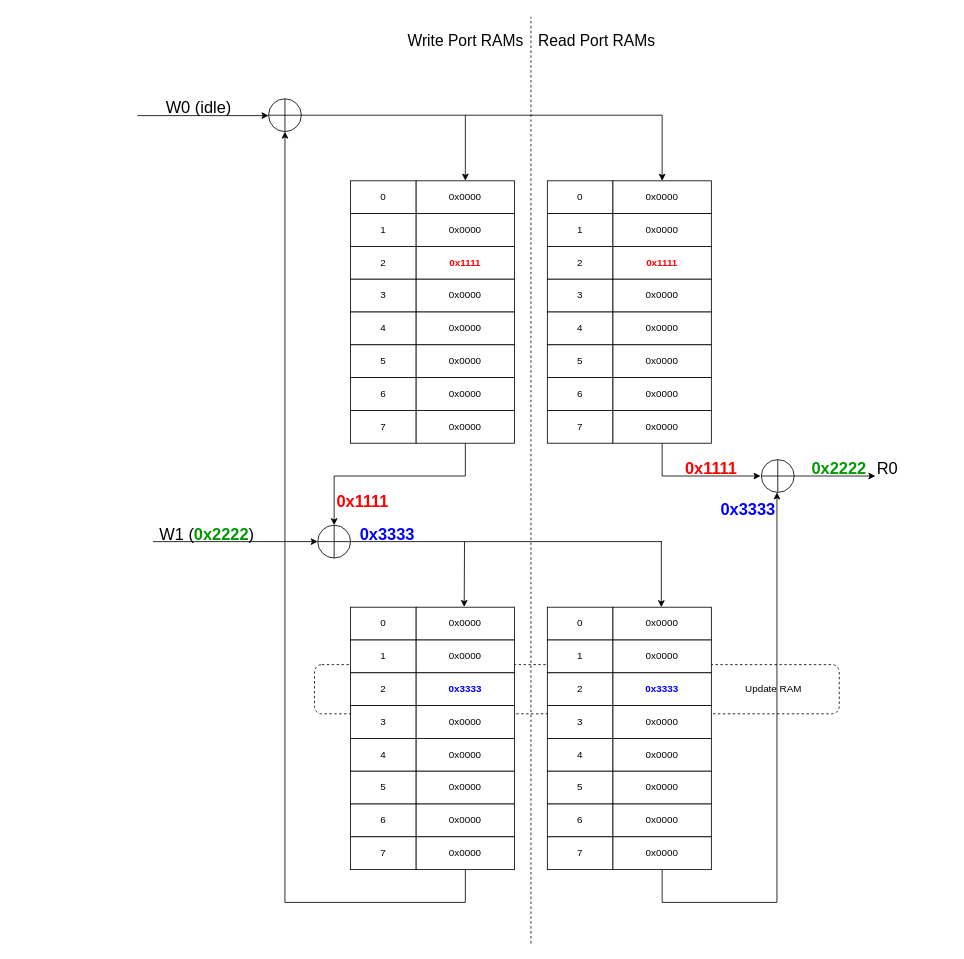
The draw.io diagram page "W1_0x2222" (5 of 10) of assets/multiport_memories/xor_memory.drawio in tomverbeure/tomverbeure.github.io, before the edit. Source tidied: cells renumbered, new cells numbered last; positions are measured from the earlier drawing's top-left corner, leaving out a move shared by most shapes. Both pictures are drawn from the tidied source at 82%, with x=0, y=0 at pixel (137, 16).
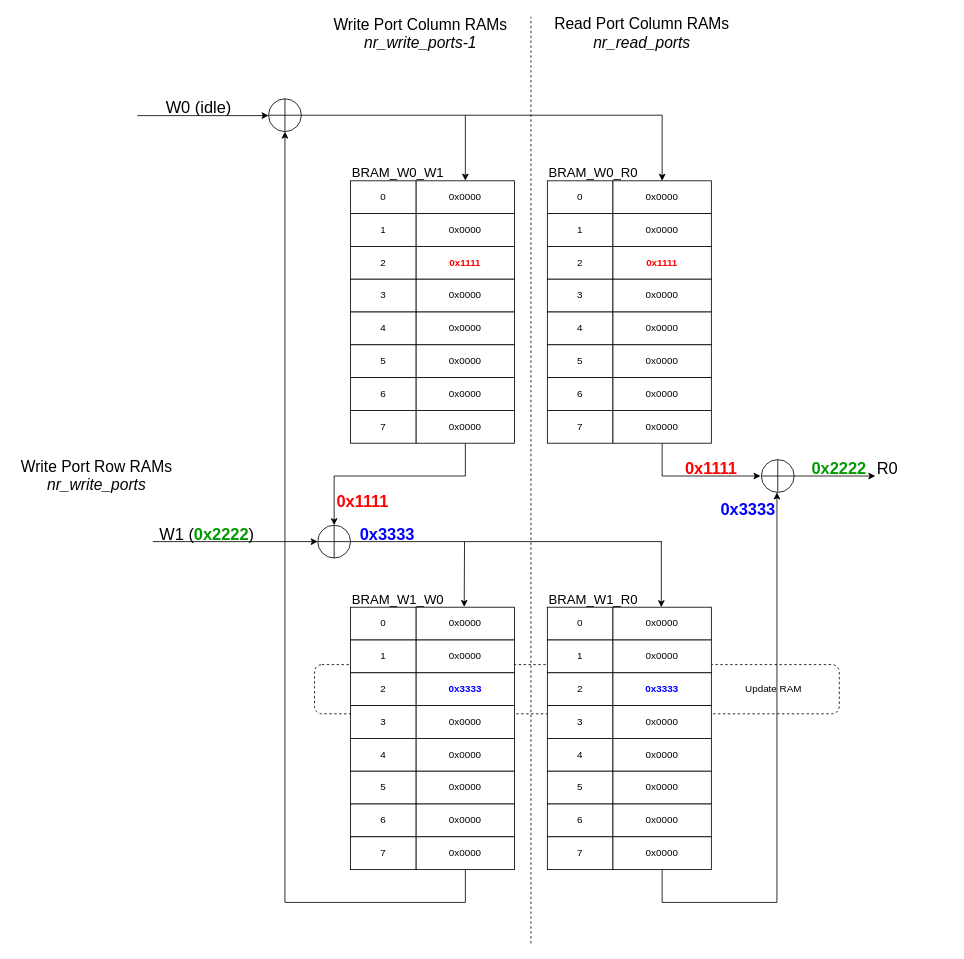
After the change.

Commit message (it also covers changes not shown here):
XOR-based multi-port RAMs.

Change to the diagram source:
```diff
@@
-    <mxCell id="109" style="group;" parent="1" vertex="1">
-      <mxGeometry x="320" width="320" height="1130" as="geometry" />
-    </mxCell>
-    <mxCell id="110" style="endArrow=none;dashed=1;html=1;" parent="109" edge="1">
-      <mxGeometry relative="1" as="geometry">
-        <mxPoint x="160" y="1130" as="sourcePoint" />
-        <mxPoint x="160" as="targetPoint" />
-      </mxGeometry>
-    </mxCell>
-    <mxCell id="111" value="&lt;font style=&quot;font-size: 19px&quot;&gt;Write Port RAMs&lt;/font&gt;" style="text;html=1;align=center;verticalAlign=middle;fillColor=none;strokeColor=none;rounded=0;" parent="109" vertex="1">
-      <mxGeometry y="20" width="160" height="20" as="geometry" />
-    </mxCell>
-    <mxCell id="112" value="&lt;font style=&quot;font-size: 19px&quot;&gt;Read Port RAMs&lt;/font&gt;" style="text;html=1;align=center;verticalAlign=middle;fillColor=none;strokeColor=none;rounded=0;" parent="109" vertex="1">
-      <mxGeometry x="160" y="20" width="160" height="20" as="geometry" />
-    </mxCell>
+    <mxCell id="113" style="group;" parent="1" vertex="1">
+      <mxGeometry x="-150" width="880" height="1130" as="geometry" />
+    </mxCell>
+    <mxCell id="114" style="endArrow=none;dashed=1;html=1;" parent="113" edge="1">
+      <mxGeometry relative="1" as="geometry">
+        <mxPoint x="630" y="1130" as="sourcePoint" />
+        <mxPoint x="630" as="targetPoint" />
+      </mxGeometry>
+    </mxCell>
+    <mxCell id="115" value="&lt;font style=&quot;font-size: 19px&quot;&gt;Write Port Column RAMs&lt;br&gt;&lt;i&gt;nr_write_ports-1&lt;/i&gt;&lt;br&gt;&lt;/font&gt;" style="text;html=1;align=center;verticalAlign=middle;fillColor=none;strokeColor=none;rounded=0;" parent="113" vertex="1">
+      <mxGeometry x="380" y="1" width="230" height="40" as="geometry" />
+    </mxCell>
+    <mxCell id="116" value="&lt;font style=&quot;font-size: 19px&quot;&gt;Read Port Column RAMs&lt;br&gt;&lt;i&gt;nr_read_ports&lt;/i&gt;&lt;br&gt;&lt;/font&gt;" style="text;html=1;align=center;verticalAlign=middle;fillColor=none;strokeColor=none;rounded=0;" parent="113" vertex="1">
+      <mxGeometry x="650" width="230" height="40" as="geometry" />
+    </mxCell>
+    <mxCell id="117" value="&lt;font style=&quot;font-size: 19px&quot;&gt;Write Port Row RAMs&lt;br&gt;&lt;i&gt;nr_write_ports&lt;/i&gt;&lt;br&gt;&lt;/font&gt;" style="text;html=1;align=center;verticalAlign=middle;fillColor=none;strokeColor=none;rounded=0;" parent="113" vertex="1">
+      <mxGeometry y="540" width="200" height="40" as="geometry" />
+    </mxCell>
+    <mxCell id="118" style="group;" parent="1" vertex="1">
+      <mxGeometry x="260" y="180" width="400" height="540" as="geometry" />
+    </mxCell>
+    <mxCell id="119" value="&lt;font style=&quot;font-size: 16px&quot;&gt;BRAM_W0_W1&lt;/font&gt;" style="text;html=1;strokeColor=none;fillColor=none;align=left;verticalAlign=middle;whiteSpace=wrap;rounded=0;" parent="118" vertex="1">
+      <mxGeometry width="160" height="20" as="geometry" />
+    </mxCell>
+    <mxCell id="120" value="&lt;font style=&quot;font-size: 16px&quot;&gt;BRAM_W0_R0&lt;/font&gt;" style="text;html=1;strokeColor=none;fillColor=none;align=left;verticalAlign=middle;whiteSpace=wrap;rounded=0;" parent="118" vertex="1">
+      <mxGeometry x="240" width="160" height="20" as="geometry" />
+    </mxCell>
+    <mxCell id="121" value="&lt;font style=&quot;font-size: 16px&quot;&gt;BRAM_W1_W0&lt;br&gt;&lt;/font&gt;" style="text;html=1;strokeColor=none;fillColor=none;align=left;verticalAlign=middle;whiteSpace=wrap;rounded=0;" parent="118" vertex="1">
+      <mxGeometry y="520" width="160" height="20" as="geometry" />
+    </mxCell>
+    <mxCell id="122" value="&lt;font style=&quot;font-size: 16px&quot;&gt;BRAM_W1_R0&lt;/font&gt;" style="text;html=1;strokeColor=none;fillColor=none;align=left;verticalAlign=middle;whiteSpace=wrap;rounded=0;" parent="118" vertex="1">
+      <mxGeometry x="240" y="520" width="160" height="20" as="geometry" />
+    </mxCell>
```
